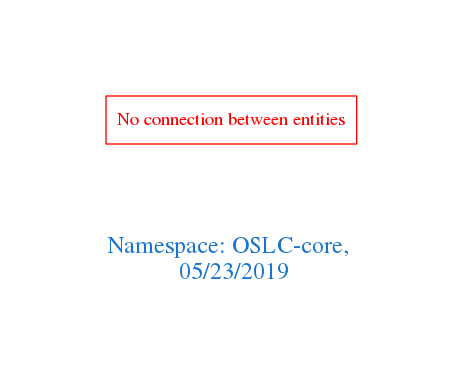
arago/OGIT keeps this Graphviz diagram as downloads/OSLC-core.png. Above is the earlier version. Its source is kept beside it as downloads/OSLC-core.dot.
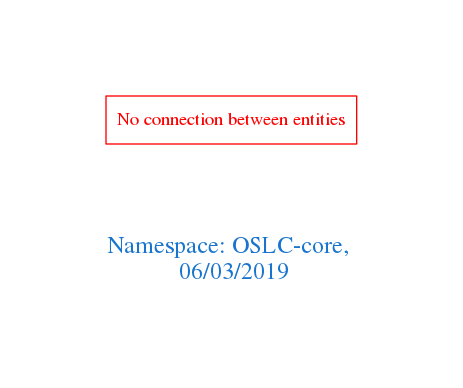
Above is the later version.

The edit, as a diff of the source:
```diff
@@ -1,7 +1,7 @@
 digraph OGIT_ontology {
  graph [ rankdir= LR,pad=1
 fontsize = 18,
-fontcolor= dodgerblue3,label = "\n\n\nNamespace: OSLC-core, \n 05/23/2019"];
+fontcolor= dodgerblue3,label = "\n\n\nNamespace: OSLC-core, \n 06/03/2019"];
 node[shape=polygon];
 edge [  color="gray81"];
 
```
